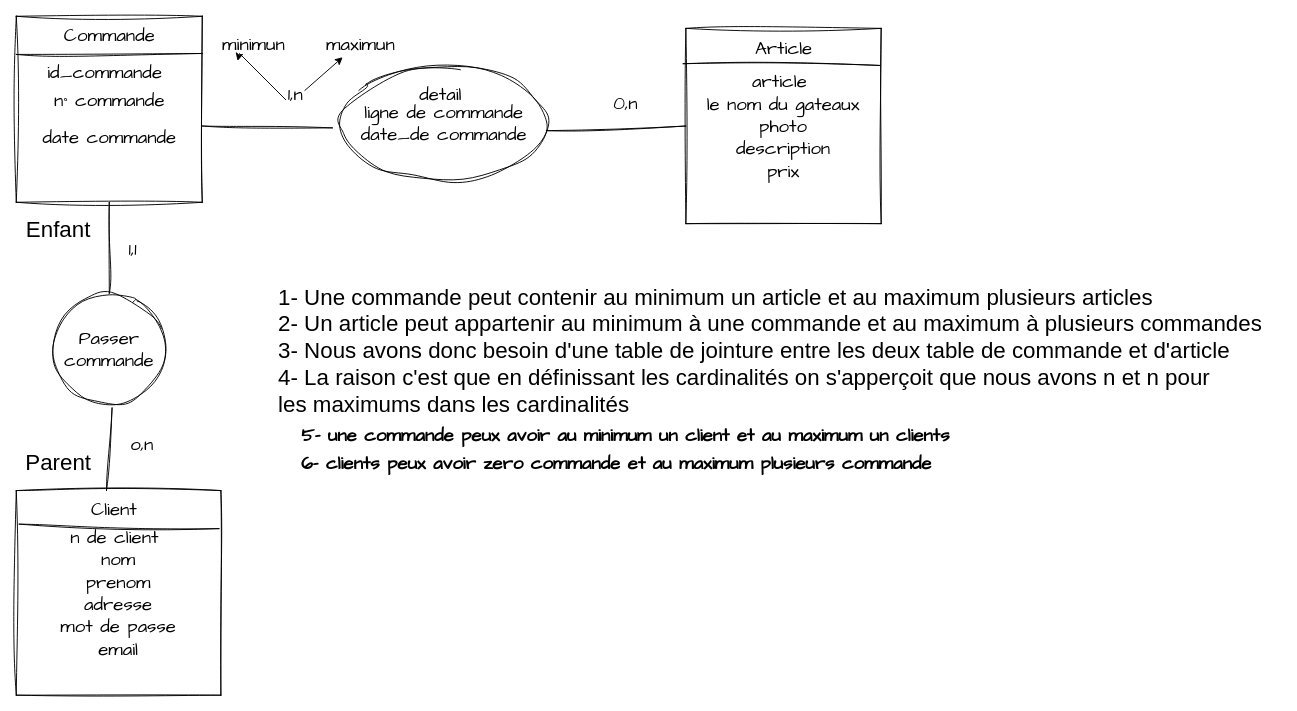
The draw.io diagram diagramme vente de patisserie.drawio in nawalbey/vente_de_patisserie_1, before the edit. Source tidied: cells renumbered, new cells numbered last; positions are measured from the earlier drawing's top-left corner, leaving out a move shared by most shapes. Both pictures are drawn from the tidied source at 93%, with x=0, y=0 at pixel (16, 16).
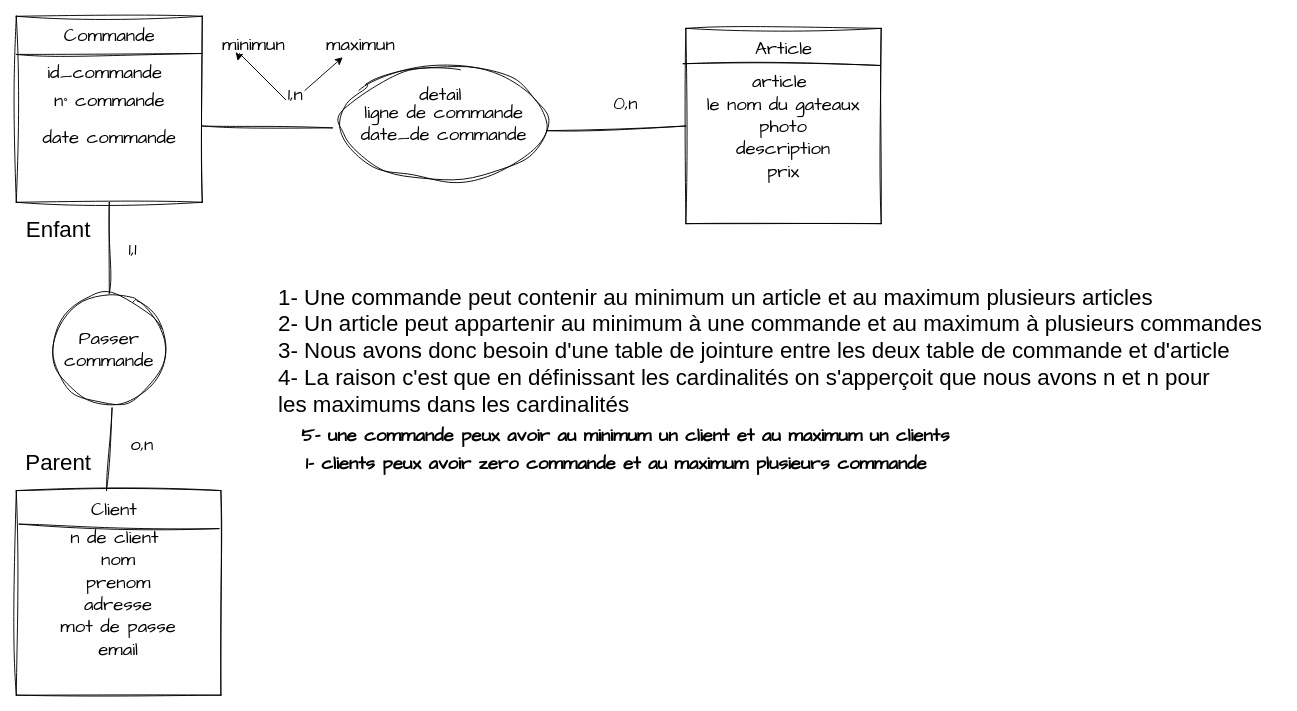
The same page after the edit.

What changed in the source:
```diff
@@
-    <mxCell id="33" value="&lt;b&gt;6- clients peux avoir zero commande et au maximum plusieurs commande&lt;/b&gt;" style="text;html=1;align=center;verticalAlign=middle;strokeColor=none;fillColor=none;fontSize=20;fontFamily=Architects Daughter;" parent="1" vertex="1">
-      <mxGeometry x="295" y="460" width="700" height="40" as="geometry" />
+    <mxCell id="33" value="&lt;b&gt;1- clients peux avoir zero commande et au maximum plusieurs commande&lt;/b&gt;" style="text;html=1;align=center;verticalAlign=middle;strokeColor=none;fillColor=none;fontSize=20;fontFamily=Architects Daughter;" parent="1" vertex="1">
+      <mxGeometry x="300" y="460" width="690" height="40" as="geometry" />
     </mxCell>
```
